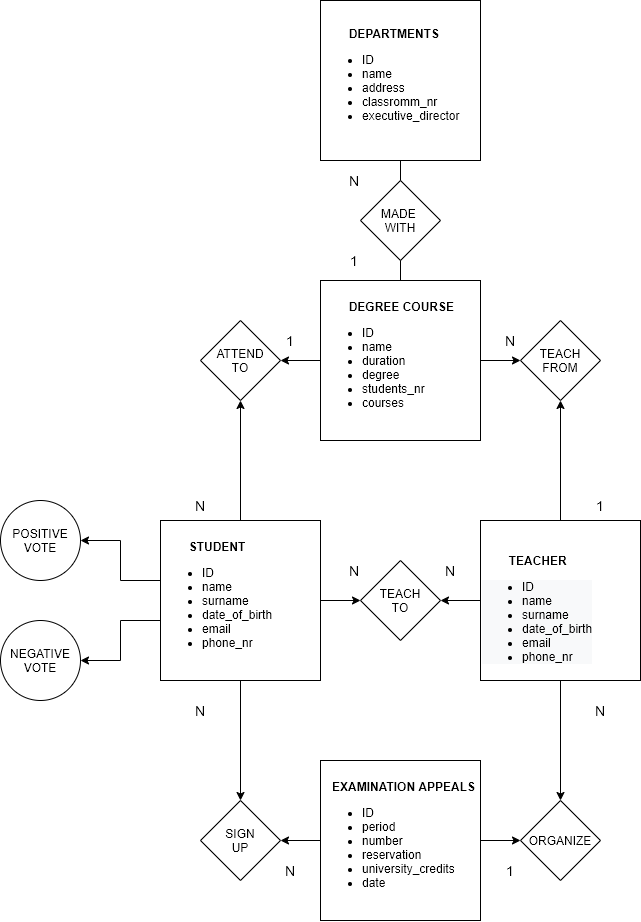
Earlier version of the draw.io export db_university.png (TheSmallWorld95/db-university). Source tidied: cells renumbered, new cells last; positions are measured from the earlier drawing's top-left corner, leaving out a move shared by most shapes.
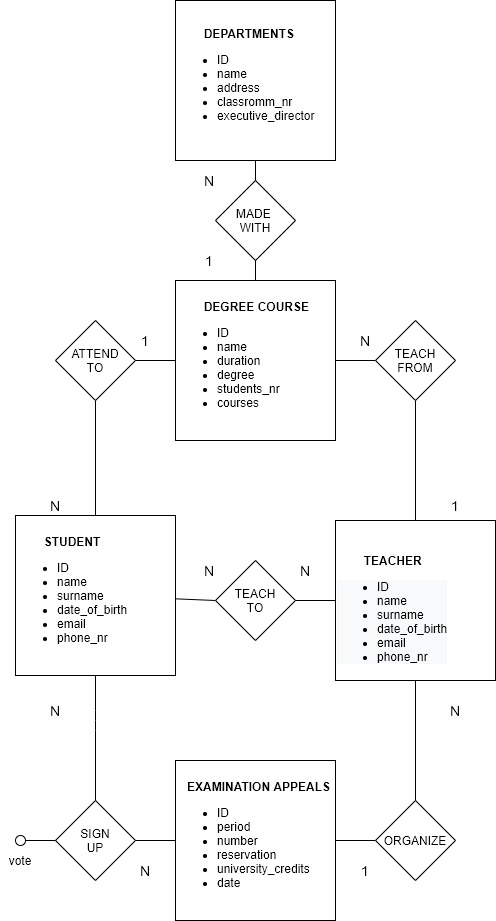
The same diagram one commit later.

What changed in the source:
```diff
@@ -15,26 +15,26 @@
         <mxPoint x="400" y="240" as="targetPoint" />
       </mxGeometry>
     </mxCell>
-    <mxCell id="5" style="edgeStyle=none;jettySize=auto;html=1;" parent="1" edge="1" source="7">
+    <mxCell id="5" style="edgeStyle=none;jettySize=auto;html=1;startArrow=none;startFill=0;endArrow=none;endFill=0;" parent="1" edge="1" source="7">
       <mxGeometry relative="1" as="geometry">
         <mxPoint x="280" y="360" as="targetPoint" />
       </mxGeometry>
     </mxCell>
-    <mxCell id="6" style="edgeStyle=none;jettySize=auto;html=1;" parent="1" edge="1" source="7" target="25">
+    <mxCell id="6" style="edgeStyle=none;jettySize=auto;html=1;startArrow=none;startFill=0;endArrow=none;endFill=0;" parent="1" edge="1" source="7" target="25">
       <mxGeometry relative="1" as="geometry" />
     </mxCell>
     <mxCell id="7" value="&lt;b&gt;&amp;nbsp; &amp;nbsp; &amp;nbsp; &amp;nbsp; DEGREE COURSE&lt;br&gt;&lt;/b&gt;&lt;ul&gt;&lt;li&gt;ID&lt;/li&gt;&lt;li&gt;name&lt;/li&gt;&lt;li&gt;duration&lt;/li&gt;&lt;li&gt;degree&lt;/li&gt;&lt;li&gt;students_nr&lt;/li&gt;&lt;li&gt;courses&lt;/li&gt;&lt;/ul&gt;" style="whiteSpace=wrap;html=1;align=left;" parent="1" vertex="1">
       <mxGeometry x="320" y="280" width="160" height="160" as="geometry" />
     </mxCell>
-    <mxCell id="8" style="edgeStyle=none;jettySize=auto;html=1;" parent="1" edge="1" source="11">
+    <mxCell id="8" style="edgeStyle=none;jettySize=auto;html=1;startArrow=none;startFill=0;endArrow=none;endFill=0;" parent="1" edge="1" source="11">
       <mxGeometry relative="1" as="geometry">
         <mxPoint x="560" y="400" as="targetPoint" />
       </mxGeometry>
     </mxCell>
-    <mxCell id="9" style="edgeStyle=none;jettySize=auto;html=1;entryX=1;entryY=0.5;entryDx=0;entryDy=0;" parent="1" edge="1" source="11" target="27">
+    <mxCell id="9" style="edgeStyle=none;jettySize=auto;html=1;entryX=1;entryY=0.5;entryDx=0;entryDy=0;startArrow=none;startFill=0;endArrow=none;endFill=0;" parent="1" edge="1" source="11" target="27">
       <mxGeometry relative="1" as="geometry" />
     </mxCell>
-    <mxCell id="10" style="edgeStyle=none;jettySize=auto;html=1;" parent="1" edge="1" source="11">
+    <mxCell id="10" style="edgeStyle=none;jettySize=auto;html=1;startArrow=none;startFill=0;endArrow=none;endFill=0;" parent="1" edge="1" source="11">
       <mxGeometry relative="1" as="geometry">
         <mxPoint x="560" y="800" as="targetPoint" />
       </mxGeometry>
@@ -42,49 +42,31 @@
     <mxCell id="11" value="&lt;br&gt;&lt;br&gt;&lt;b&gt;&lt;font face=&quot;helvetica&quot;&gt;&amp;nbsp; &amp;nbsp; &amp;nbsp; &amp;nbsp; TEACHER&lt;/font&gt;&lt;br style=&quot;color: rgb(0 , 0 , 0) ; font-family: &amp;#34;helvetica&amp;#34; ; font-size: 12px ; font-style: normal ; letter-spacing: normal ; text-indent: 0px ; text-transform: none ; word-spacing: 0px ; background-color: rgb(248 , 249 , 250)&quot;&gt;&lt;/b&gt;&lt;ul style=&quot;color: rgb(0 , 0 , 0) ; font-family: &amp;#34;helvetica&amp;#34; ; font-size: 12px ; font-style: normal ; letter-spacing: normal ; text-indent: 0px ; text-transform: none ; word-spacing: 0px ; background-color: rgb(248 , 249 , 250)&quot;&gt;&lt;li&gt;ID&lt;/li&gt;&lt;li style=&quot;font-weight: 400&quot;&gt;name&lt;/li&gt;&lt;li style=&quot;font-weight: 400&quot;&gt;surname&lt;/li&gt;&lt;li style=&quot;font-weight: 400&quot;&gt;date_of_birth&lt;/li&gt;&lt;li style=&quot;font-weight: 400&quot;&gt;email&lt;/li&gt;&lt;li style=&quot;font-weight: 400&quot;&gt;phone_nr&lt;/li&gt;&lt;/ul&gt;" style="whiteSpace=wrap;html=1;align=left;" parent="1" vertex="1">
       <mxGeometry x="480" y="520" width="160" height="160" as="geometry" />
     </mxCell>
-    <mxCell id="12" style="edgeStyle=none;jettySize=auto;html=1;exitX=0.5;exitY=0;exitDx=0;exitDy=0;" parent="1" edge="1" source="18">
+    <mxCell id="12" style="edgeStyle=none;jettySize=auto;html=1;exitX=0.5;exitY=0;exitDx=0;exitDy=0;startArrow=none;startFill=0;endArrow=none;endFill=0;" parent="1" edge="1" source="18">
       <mxGeometry relative="1" as="geometry">
         <mxPoint x="240" y="400" as="targetPoint" />
       </mxGeometry>
     </mxCell>
-    <mxCell id="13" style="edgeStyle=none;jettySize=auto;html=1;" parent="1" edge="1" source="18">
-      <mxGeometry relative="1" as="geometry">
-        <mxPoint x="240" y="520" as="targetPoint" />
-      </mxGeometry>
-    </mxCell>
-    <mxCell id="14" style="edgeStyle=none;jettySize=auto;html=1;entryX=0;entryY=0.5;entryDx=0;entryDy=0;" parent="1" edge="1" source="18" target="27">
+    <mxCell id="14" style="edgeStyle=none;jettySize=auto;html=1;entryX=0;entryY=0.5;entryDx=0;entryDy=0;startArrow=none;startFill=0;endArrow=none;endFill=0;" parent="1" edge="1" source="18" target="27">
       <mxGeometry relative="1" as="geometry" />
     </mxCell>
-    <mxCell id="15" style="edgeStyle=none;jettySize=auto;html=1;" parent="1" edge="1" source="18">
+    <mxCell id="15" style="edgeStyle=none;jettySize=auto;html=1;startArrow=none;startFill=0;endArrow=none;endFill=0;" parent="1" edge="1" source="18">
       <mxGeometry relative="1" as="geometry">
         <mxPoint x="240" y="800" as="targetPoint" />
+        <Array as="points">
+          <mxPoint x="240" y="720" />
+        </Array>
       </mxGeometry>
     </mxCell>
-    <mxCell id="16" style="edgeStyle=orthogonalEdgeStyle;rounded=0;jettySize=auto;html=1;entryX=1;entryY=0.5;entryDx=0;entryDy=0;" parent="1" edge="1" source="18" target="43">
-      <mxGeometry relative="1" as="geometry">
-        <Array as="points">
-          <mxPoint x="120" y="580" />
-          <mxPoint x="120" y="540" />
-        </Array>
-      </mxGeometry>
-    </mxCell>
-    <mxCell id="17" style="edgeStyle=orthogonalEdgeStyle;rounded=0;jettySize=auto;html=1;" parent="1" edge="1" source="18" target="44">
-      <mxGeometry relative="1" as="geometry">
-        <Array as="points">
-          <mxPoint x="120" y="620" />
-          <mxPoint x="120" y="660" />
-        </Array>
-      </mxGeometry>
-    </mxCell>
     <mxCell id="18" value="&lt;b&gt;&amp;nbsp; &amp;nbsp; &amp;nbsp; &amp;nbsp; STUDENT&lt;br&gt;&lt;/b&gt;&lt;ul&gt;&lt;li&gt;ID&lt;/li&gt;&lt;li&gt;name&lt;/li&gt;&lt;li&gt;surname&lt;/li&gt;&lt;li&gt;date_of_birth&lt;/li&gt;&lt;li&gt;email&lt;/li&gt;&lt;li&gt;phone_nr&lt;/li&gt;&lt;/ul&gt;" style="whiteSpace=wrap;html=1;align=left;" parent="1" vertex="1">
-      <mxGeometry x="160" y="520" width="160" height="160" as="geometry" />
+      <mxGeometry x="160" y="515" width="160" height="160" as="geometry" />
     </mxCell>
-    <mxCell id="19" style="edgeStyle=none;jettySize=auto;html=1;" parent="1" edge="1" source="21">
+    <mxCell id="19" style="edgeStyle=none;jettySize=auto;html=1;startArrow=none;startFill=0;endArrow=none;endFill=0;" parent="1" edge="1" source="21">
       <mxGeometry relative="1" as="geometry">
         <mxPoint x="520" y="840" as="targetPoint" />
       </mxGeometry>
     </mxCell>
-    <mxCell id="20" style="edgeStyle=none;jettySize=auto;html=1;" parent="1" edge="1" source="21" target="28">
+    <mxCell id="20" style="edgeStyle=none;jettySize=auto;html=1;startArrow=none;startFill=0;endArrow=none;endFill=0;" parent="1" edge="1" source="21" target="28">
       <mxGeometry relative="1" as="geometry" />
     </mxCell>
     <mxCell id="21" value="&lt;div style=&quot;text-align: center&quot;&gt;&lt;span&gt;&lt;b&gt;&amp;nbsp; &amp;nbsp;EXAMINATION APPEALS&lt;/b&gt;&lt;/span&gt;&lt;/div&gt;&lt;ul&gt;&lt;li&gt;ID&lt;/li&gt;&lt;li&gt;period&lt;/li&gt;&lt;li&gt;number&lt;/li&gt;&lt;li&gt;reservation&lt;/li&gt;&lt;li&gt;university_credits&lt;/li&gt;&lt;li&gt;date&lt;/li&gt;&lt;/ul&gt;" style="whiteSpace=wrap;html=1;align=left;" parent="1" vertex="1">
@@ -153,11 +135,19 @@
     <mxCell id="42" value="1" style="text;html=1;strokeColor=none;fillColor=none;align=center;verticalAlign=middle;whiteSpace=wrap;fontSize=14;" parent="1" vertex="1">
       <mxGeometry x="490" y="860" width="40" height="20" as="geometry" />
     </mxCell>
-    <mxCell id="43" value="POSITIVE&lt;br&gt;VOTE" style="ellipse;whiteSpace=wrap;html=1;" parent="1" vertex="1">
-      <mxGeometry y="500" width="80" height="80" as="geometry" />
-    </mxCell>
-    <mxCell id="44" value="NEGATIVE&lt;br&gt;VOTE" style="ellipse;whiteSpace=wrap;html=1;" parent="1" vertex="1">
-      <mxGeometry y="620" width="80" height="80" as="geometry" />
-    </mxCell>
+    <mxCell id="45" style="edgeStyle=orthogonalEdgeStyle;rounded=0;jettySize=auto;html=1;exitX=1;exitY=0.5;exitDx=0;exitDy=0;endArrow=none;endFill=0;" parent="1" edge="1" source="46">
+      <mxGeometry relative="1" as="geometry">
+        <mxPoint x="200" y="840" as="targetPoint" />
+        <Array as="points">
+          <mxPoint x="200" y="840" />
+        </Array>
+      </mxGeometry>
+    </mxCell>
+    <mxCell id="46" style="ellipse;whiteSpace=wrap;html=1;" parent="1" vertex="1">
+      <mxGeometry x="160" y="835" width="10" height="10" as="geometry" />
+    </mxCell>
+    <mxCell id="47" value="vote" style="text;html=1;strokeColor=none;fillColor=none;align=center;verticalAlign=middle;whiteSpace=wrap;rounded=0;" parent="1" vertex="1">
+      <mxGeometry x="145" y="850" width="40" height="20" as="geometry" />
+    </mxCell>
   </root>
 </mxGraphModel>
```
